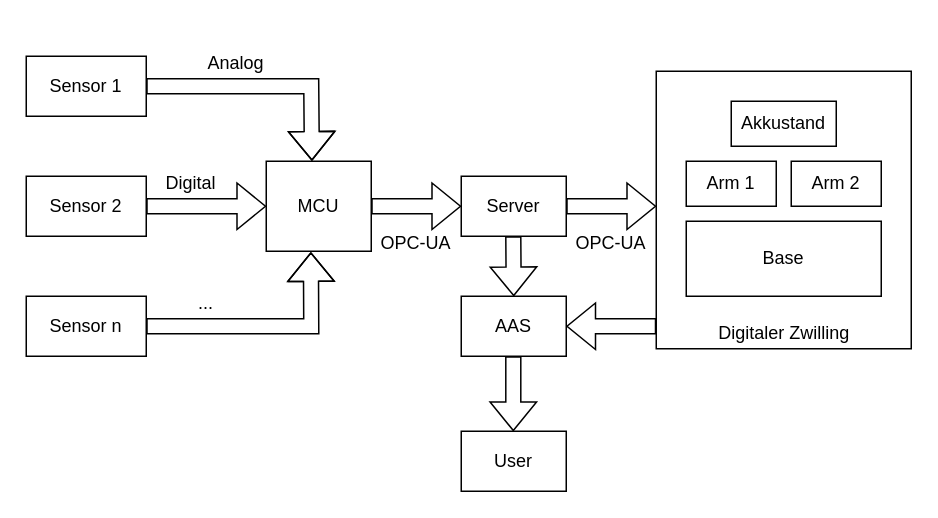
Above: Untitled Diagram.drawio in Feeee23/DrawIO (draw.io), before the change. Source tidied: cells renumbered, new cells numbered last; positions are measured from the earlier drawing's top-left corner, leaving out a move shared by most shapes. Both pictures are drawn from the tidied source at 150%, with x=0, y=0 at pixel (26, 40).
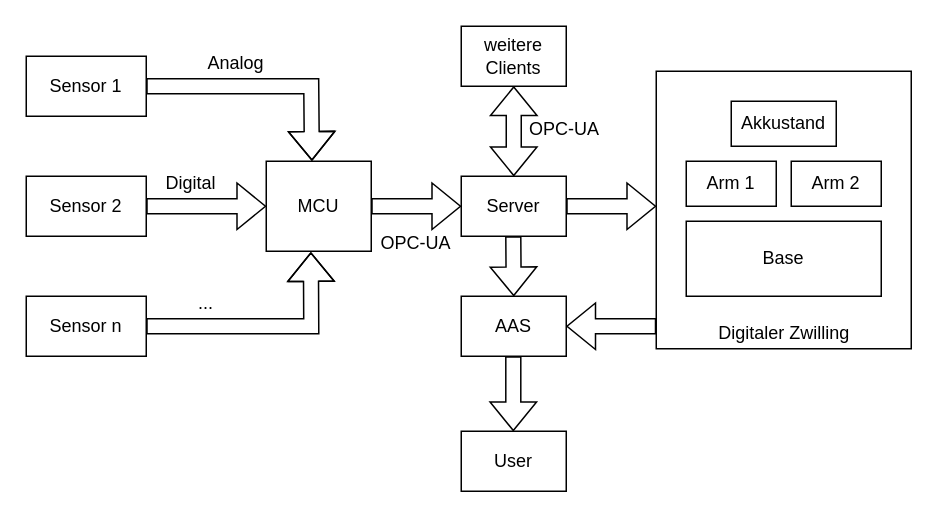
The same page after the edit.

The change refers to these unchanged cells:
```xml
<mxCell id="22" value="Server" style="rounded=0;whiteSpace=wrap;html=1;" parent="1" vertex="1">
  <mxGeometry x="290" y="90" width="70" height="40" as="geometry" />
</mxCell>
```

The edit, as a diff of the source:
```diff
@@
-    <mxCell id="23" value="OPC-UA" style="text;html=1;strokeColor=none;fillColor=none;align=center;verticalAlign=middle;whiteSpace=wrap;rounded=0;" parent="1" vertex="1">
-      <mxGeometry x="350" y="120" width="80" height="30" as="geometry" />
-    </mxCell>
@@
+    <mxCell id="29" style="shape=flexArrow;endArrow=classic;startArrow=classic;html=1;rounded=0;exitX=0.5;exitY=0;exitDx=0;exitDy=0;" parent="1" edge="1" source="22">
+      <mxGeometry relative="1" as="geometry">
+        <mxPoint x="325" y="30" as="targetPoint" />
+      </mxGeometry>
+    </mxCell>
+    <mxCell id="30" value="weitere Clients" style="rounded=0;whiteSpace=wrap;html=1;" parent="1" vertex="1">
+      <mxGeometry x="290" y="-10" width="70" height="40" as="geometry" />
+    </mxCell>
+    <mxCell id="23" value="OPC-UA" style="text;html=1;strokeColor=none;fillColor=none;align=center;verticalAlign=middle;whiteSpace=wrap;rounded=0;" parent="1" vertex="1">
+      <mxGeometry x="319" y="44" width="80" height="30" as="geometry" />
+    </mxCell>
```
